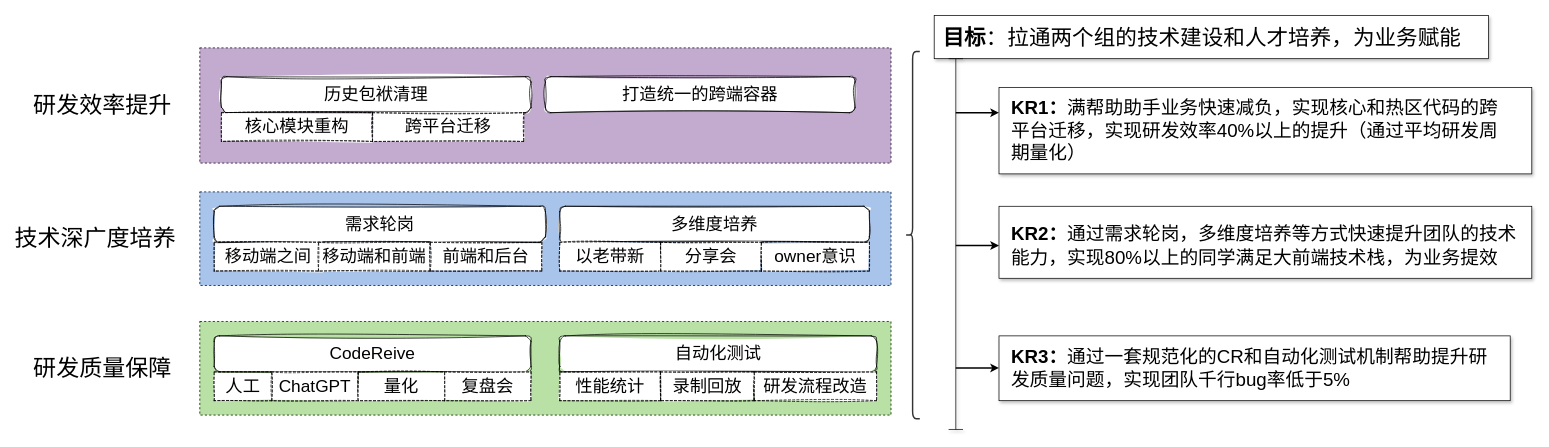
Before: 未命名绘图.drawio in skindhu/AlphaAnimationView, a draw.io diagram. Source tidied: cells renumbered, new cells numbered last; positions are measured from the earlier drawing's top-left corner, leaving out a move shared by most shapes. Both pictures are drawn from the tidied source at 72%, with x=0, y=0 at pixel (12, 15).
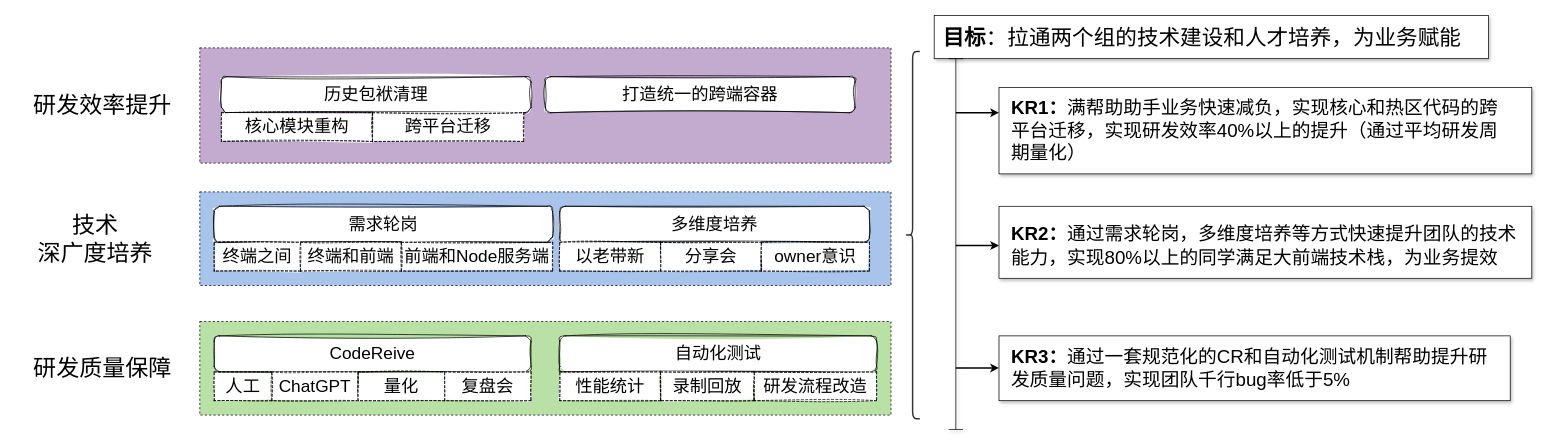
The same diagram, later.

Commit message:
更新未命名绘图.drawio

The edit, as a diff of the source:
```diff
@@
     <mxCell id="13" value="&lt;font style=&quot;font-size: 24px;&quot;&gt;需求轮岗&lt;/font&gt;" style="rounded=1;whiteSpace=wrap;html=1;sketch=1;curveFitting=1;jiggle=2;" parent="1" vertex="1">
-      <mxGeometry x="280" y="265" width="460" height="50" as="geometry" />
+      <mxGeometry x="280" y="265" width="470" height="50" as="geometry" />
     </mxCell>
-    <mxCell id="14" value="移动端之间" style="rounded=0;whiteSpace=wrap;html=1;sketch=1;fontSize=24;dashed=1;" parent="1" vertex="1">
-      <mxGeometry x="280" y="315" width="150" height="40" as="geometry" />
+    <mxCell id="14" value="终端之间" style="rounded=0;whiteSpace=wrap;html=1;sketch=1;fontSize=24;dashed=1;" parent="1" vertex="1">
+      <mxGeometry x="280" y="315" width="120" height="40" as="geometry" />
     </mxCell>
-    <mxCell id="15" value="移动端和前端" style="rounded=0;whiteSpace=wrap;html=1;sketch=1;fontSize=24;dashed=1;" parent="1" vertex="1">
-      <mxGeometry x="425" y="315" width="155" height="40" as="geometry" />
+    <mxCell id="15" value="终端和前端" style="rounded=0;whiteSpace=wrap;html=1;sketch=1;fontSize=24;dashed=1;" parent="1" vertex="1">
+      <mxGeometry x="400" y="315" width="140" height="40" as="geometry" />
     </mxCell>
-    <mxCell id="16" value="前端和后台" style="rounded=0;whiteSpace=wrap;html=1;sketch=1;fontSize=24;dashed=1;" parent="1" vertex="1">
-      <mxGeometry x="580" y="315" width="155" height="40" as="geometry" />
+    <mxCell id="16" value="前端和Node服务端" style="rounded=0;whiteSpace=wrap;html=1;sketch=1;fontSize=24;dashed=1;" parent="1" vertex="1">
+      <mxGeometry x="540" y="315" width="210" height="40" as="geometry" />
     </mxCell>
@@
-    <mxCell id="27" value="技术深广度培养" style="text;html=1;strokeColor=none;fillColor=none;align=center;verticalAlign=middle;whiteSpace=wrap;rounded=0;dashed=1;fontSize=32;" parent="1" vertex="1">
+    <mxCell id="27" value="技术&lt;br&gt;深广度培养" style="text;html=1;strokeColor=none;fillColor=none;align=center;verticalAlign=middle;whiteSpace=wrap;rounded=0;dashed=1;fontSize=32;" parent="1" vertex="1">
       <mxGeometry y="295" width="230" height="30" as="geometry" />
     </mxCell>
```
